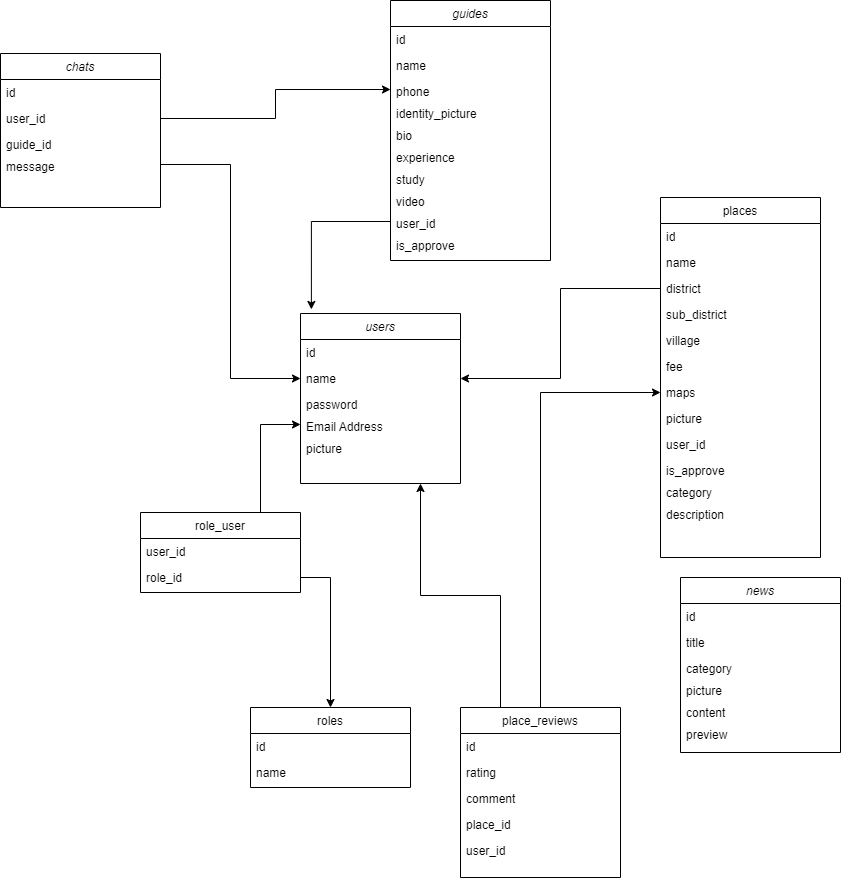
Above: uml/classnew.drawio.png in bayuprra/pariwisata-babel (draw.io), before the change. Source tidied: cells renumbered, new cells last; positions are measured from the earlier drawing's top-left corner, leaving out a move shared by most shapes.
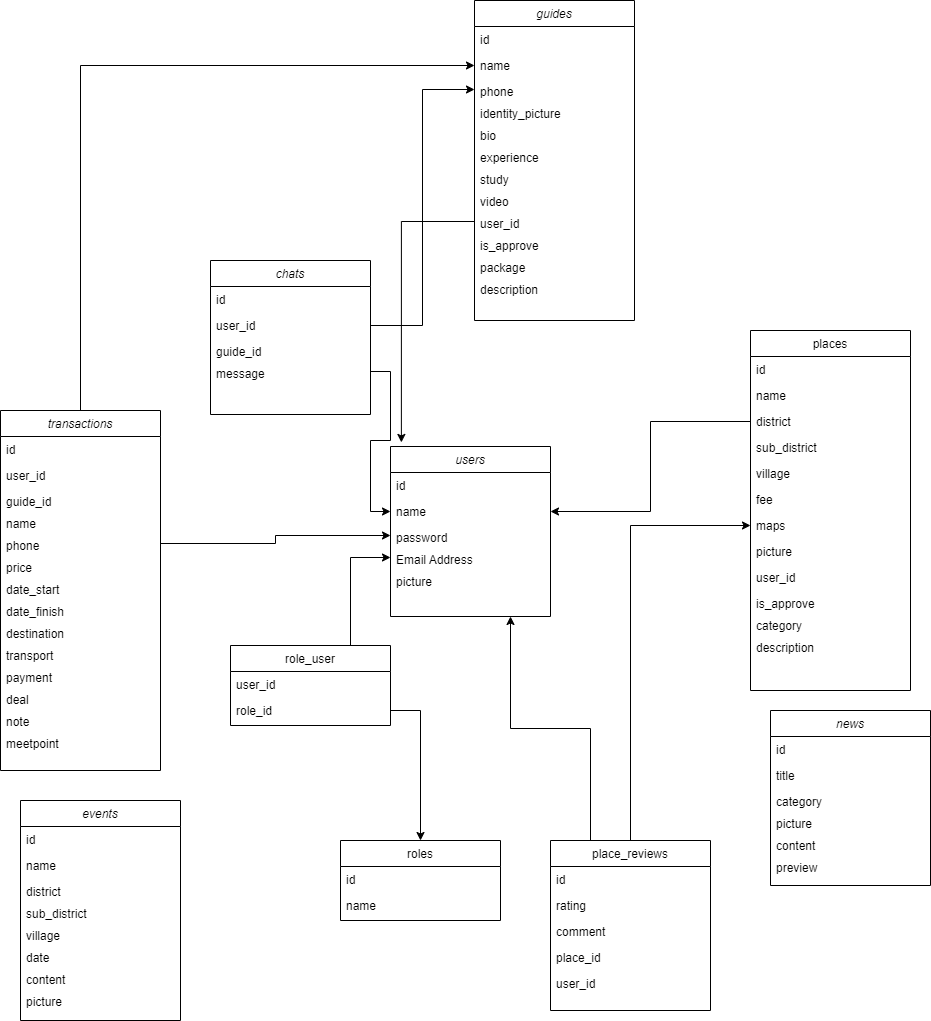
After the commit.

Commit message:
migration,handler,form guide update

Change to the diagram source:
```diff
@@ -129,7 +129,7 @@
       <mxGeometry relative="1" as="geometry" />
     </mxCell>
     <mxCell id="44" value="guides" style="swimlane;fontStyle=2;align=center;verticalAlign=top;horizontal=1;startSize=26;rounded=0;shadow=0;strokeWidth=1;" parent="1" vertex="1">
-      <mxGeometry x="390" width="160" height="260" as="geometry" />
+      <mxGeometry x="384" y="-133" width="160" height="320" as="geometry" />
     </mxCell>
     <mxCell id="45" value="id" style="text;align=left;verticalAlign=top;spacingLeft=4;spacingRight=4;overflow=hidden;" parent="44" vertex="1">
       <mxGeometry y="26" width="160" height="26" as="geometry" />
@@ -161,6 +161,12 @@
     <mxCell id="54" value="is_approve" style="text;align=left;verticalAlign=top;spacingLeft=4;spacingRight=4;overflow=hidden;rounded=0;shadow=0;html=0;" parent="44" vertex="1">
       <mxGeometry y="232" width="160" height="22" as="geometry" />
     </mxCell>
+    <mxCell id="64" value="package" style="text;align=left;verticalAlign=top;spacingLeft=4;spacingRight=4;overflow=hidden;rounded=0;shadow=0;html=0;" parent="44" vertex="1">
+      <mxGeometry y="254" width="160" height="22" as="geometry" />
+    </mxCell>
+    <mxCell id="65" value="description" style="text;align=left;verticalAlign=top;spacingLeft=4;spacingRight=4;overflow=hidden;rounded=0;shadow=0;html=0;" parent="44" vertex="1">
+      <mxGeometry y="276" width="160" height="22" as="geometry" />
+    </mxCell>
     <mxCell id="55" style="edgeStyle=orthogonalEdgeStyle;rounded=0;jettySize=auto;html=1;exitX=0;exitY=0.5;exitDx=0;exitDy=0;entryX=0.068;entryY=-0.024;entryDx=0;entryDy=0;entryPerimeter=0;" parent="1" edge="1" source="53" target="2">
       <mxGeometry relative="1" as="geometry" />
     </mxCell>
@@ -168,7 +174,7 @@
       <mxGeometry relative="1" as="geometry" />
     </mxCell>
     <mxCell id="57" value="chats" style="swimlane;fontStyle=2;align=center;verticalAlign=top;horizontal=1;startSize=26;rounded=0;shadow=0;strokeWidth=1;" parent="1" vertex="1">
-      <mxGeometry y="53" width="160" height="154" as="geometry" />
+      <mxGeometry x="120" y="127" width="160" height="154" as="geometry" />
     </mxCell>
     <mxCell id="58" value="id" style="text;align=left;verticalAlign=top;spacingLeft=4;spacingRight=4;overflow=hidden;" parent="57" vertex="1">
       <mxGeometry y="26" width="160" height="26" as="geometry" />
@@ -188,5 +194,83 @@
     <mxCell id="63" style="edgeStyle=orthogonalEdgeStyle;rounded=0;jettySize=auto;html=1;exitX=1;exitY=0.5;exitDx=0;exitDy=0;entryX=0;entryY=0.5;entryDx=0;entryDy=0;" parent="1" edge="1" source="59" target="47">
       <mxGeometry relative="1" as="geometry" />
     </mxCell>
+    <mxCell id="66" value="events" style="swimlane;fontStyle=2;align=center;verticalAlign=top;horizontal=1;startSize=26;rounded=0;shadow=0;strokeWidth=1;" parent="1" vertex="1">
+      <mxGeometry x="-70" y="667" width="160" height="220" as="geometry" />
+    </mxCell>
+    <mxCell id="67" value="id" style="text;align=left;verticalAlign=top;spacingLeft=4;spacingRight=4;overflow=hidden;" parent="66" vertex="1">
+      <mxGeometry y="26" width="160" height="26" as="geometry" />
+    </mxCell>
+    <mxCell id="68" value="name" style="text;align=left;verticalAlign=top;spacingLeft=4;spacingRight=4;overflow=hidden;rounded=0;shadow=0;html=0;" parent="66" vertex="1">
+      <mxGeometry y="52" width="160" height="26" as="geometry" />
+    </mxCell>
+    <mxCell id="69" value="district" style="text;align=left;verticalAlign=top;spacingLeft=4;spacingRight=4;overflow=hidden;rounded=0;shadow=0;html=0;" parent="66" vertex="1">
+      <mxGeometry y="78" width="160" height="22" as="geometry" />
+    </mxCell>
+    <mxCell id="70" value="sub_district" style="text;align=left;verticalAlign=top;spacingLeft=4;spacingRight=4;overflow=hidden;rounded=0;shadow=0;html=0;" parent="66" vertex="1">
+      <mxGeometry y="100" width="160" height="22" as="geometry" />
+    </mxCell>
+    <mxCell id="71" value="village" style="text;align=left;verticalAlign=top;spacingLeft=4;spacingRight=4;overflow=hidden;rounded=0;shadow=0;html=0;" parent="66" vertex="1">
+      <mxGeometry y="122" width="160" height="22" as="geometry" />
+    </mxCell>
+    <mxCell id="72" value="date" style="text;align=left;verticalAlign=top;spacingLeft=4;spacingRight=4;overflow=hidden;rounded=0;shadow=0;html=0;" parent="66" vertex="1">
+      <mxGeometry y="144" width="160" height="22" as="geometry" />
+    </mxCell>
+    <mxCell id="73" value="content" style="text;align=left;verticalAlign=top;spacingLeft=4;spacingRight=4;overflow=hidden;rounded=0;shadow=0;html=0;" parent="66" vertex="1">
+      <mxGeometry y="166" width="160" height="22" as="geometry" />
+    </mxCell>
+    <mxCell id="74" value="picture" style="text;align=left;verticalAlign=top;spacingLeft=4;spacingRight=4;overflow=hidden;rounded=0;shadow=0;html=0;" parent="66" vertex="1">
+      <mxGeometry y="188" width="160" height="22" as="geometry" />
+    </mxCell>
+    <mxCell id="75" style="edgeStyle=orthogonalEdgeStyle;rounded=0;jettySize=auto;html=1;exitX=0.5;exitY=0;exitDx=0;exitDy=0;entryX=0;entryY=0.5;entryDx=0;entryDy=0;" parent="1" edge="1" source="76" target="46">
+      <mxGeometry relative="1" as="geometry" />
+    </mxCell>
+    <mxCell id="76" value="transactions" style="swimlane;fontStyle=2;align=center;verticalAlign=top;horizontal=1;startSize=26;rounded=0;shadow=0;strokeWidth=1;" parent="1" vertex="1">
+      <mxGeometry x="-90" y="277" width="160" height="360" as="geometry" />
+    </mxCell>
+    <mxCell id="77" value="id" style="text;align=left;verticalAlign=top;spacingLeft=4;spacingRight=4;overflow=hidden;" parent="76" vertex="1">
+      <mxGeometry y="26" width="160" height="26" as="geometry" />
+    </mxCell>
+    <mxCell id="78" value="user_id" style="text;align=left;verticalAlign=top;spacingLeft=4;spacingRight=4;overflow=hidden;rounded=0;shadow=0;html=0;" parent="76" vertex="1">
+      <mxGeometry y="52" width="160" height="26" as="geometry" />
+    </mxCell>
+    <mxCell id="79" value="guide_id" style="text;align=left;verticalAlign=top;spacingLeft=4;spacingRight=4;overflow=hidden;rounded=0;shadow=0;html=0;" parent="76" vertex="1">
+      <mxGeometry y="78" width="160" height="22" as="geometry" />
+    </mxCell>
+    <mxCell id="80" value="name" style="text;align=left;verticalAlign=top;spacingLeft=4;spacingRight=4;overflow=hidden;rounded=0;shadow=0;html=0;" parent="76" vertex="1">
+      <mxGeometry y="100" width="160" height="22" as="geometry" />
+    </mxCell>
+    <mxCell id="81" value="phone" style="text;align=left;verticalAlign=top;spacingLeft=4;spacingRight=4;overflow=hidden;points=[[0,0.5],[1,0.5]];portConstraint=eastwest;rounded=0;shadow=0;html=0;" parent="76" vertex="1">
+      <mxGeometry y="122" width="160" height="22" as="geometry" />
+    </mxCell>
+    <mxCell id="82" value="price" style="text;align=left;verticalAlign=top;spacingLeft=4;spacingRight=4;overflow=hidden;rounded=0;shadow=0;html=0;" parent="76" vertex="1">
+      <mxGeometry y="144" width="160" height="22" as="geometry" />
+    </mxCell>
+    <mxCell id="83" value="date_start" style="text;align=left;verticalAlign=top;spacingLeft=4;spacingRight=4;overflow=hidden;rounded=0;shadow=0;html=0;" parent="76" vertex="1">
+      <mxGeometry y="166" width="160" height="22" as="geometry" />
+    </mxCell>
+    <mxCell id="84" value="date_finish" style="text;align=left;verticalAlign=top;spacingLeft=4;spacingRight=4;overflow=hidden;rounded=0;shadow=0;html=0;" parent="76" vertex="1">
+      <mxGeometry y="188" width="160" height="22" as="geometry" />
+    </mxCell>
+    <mxCell id="85" value="destination" style="text;align=left;verticalAlign=top;spacingLeft=4;spacingRight=4;overflow=hidden;rounded=0;shadow=0;html=0;" parent="76" vertex="1">
+      <mxGeometry y="210" width="160" height="22" as="geometry" />
+    </mxCell>
+    <mxCell id="86" value="transport" style="text;align=left;verticalAlign=top;spacingLeft=4;spacingRight=4;overflow=hidden;rounded=0;shadow=0;html=0;" parent="76" vertex="1">
+      <mxGeometry y="232" width="160" height="22" as="geometry" />
+    </mxCell>
+    <mxCell id="87" value="payment" style="text;align=left;verticalAlign=top;spacingLeft=4;spacingRight=4;overflow=hidden;rounded=0;shadow=0;html=0;" parent="76" vertex="1">
+      <mxGeometry y="254" width="160" height="22" as="geometry" />
+    </mxCell>
+    <mxCell id="88" value="deal" style="text;align=left;verticalAlign=top;spacingLeft=4;spacingRight=4;overflow=hidden;rounded=0;shadow=0;html=0;" parent="76" vertex="1">
+      <mxGeometry y="276" width="160" height="22" as="geometry" />
+    </mxCell>
+    <mxCell id="89" value="note" style="text;align=left;verticalAlign=top;spacingLeft=4;spacingRight=4;overflow=hidden;rounded=0;shadow=0;html=0;" parent="76" vertex="1">
+      <mxGeometry y="298" width="160" height="22" as="geometry" />
+    </mxCell>
+    <mxCell id="90" value="meetpoint" style="text;align=left;verticalAlign=top;spacingLeft=4;spacingRight=4;overflow=hidden;rounded=0;shadow=0;html=0;" parent="76" vertex="1">
+      <mxGeometry y="320" width="160" height="22" as="geometry" />
+    </mxCell>
+    <mxCell id="91" style="edgeStyle=orthogonalEdgeStyle;rounded=0;jettySize=auto;html=1;exitX=1;exitY=0.5;exitDx=0;exitDy=0;entryX=0;entryY=0.5;entryDx=0;entryDy=0;" parent="1" edge="1" source="81" target="5">
+      <mxGeometry relative="1" as="geometry" />
+    </mxCell>
   </root>
 </mxGraphModel>
```
